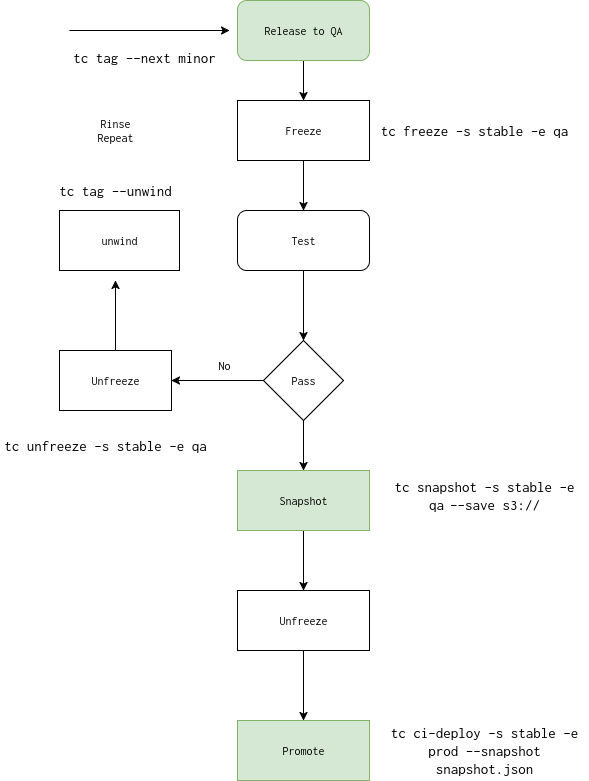
Earlier version of the draw.io export src/assets/release-2.png (tc-functors/docs). Source tidied: cells renumbered, new cells last; positions are measured from the earlier drawing's top-left corner, leaving out a move shared by most shapes.
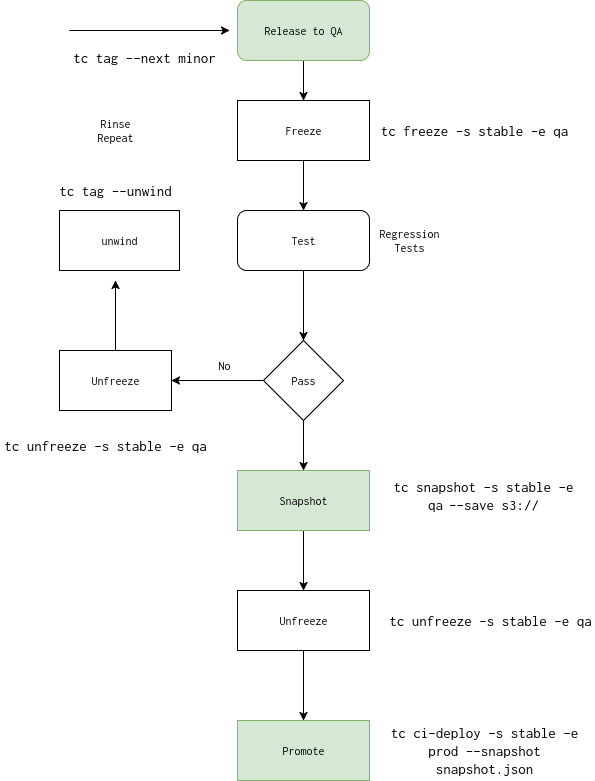
The same diagram one commit later.

The edit, as a diff of the source:
```diff
@@ -66,7 +66,7 @@
       <mxGeometry x="237" y="470" width="132" height="60" as="geometry" />
     </mxCell>
     <mxCell id="20" value="&lt;font style=&quot;font-size: 15px;&quot; face=&quot;Courier New&quot;&gt;tc snapshot -s stable -e qa&lt;/font&gt;&amp;nbsp;&lt;font style=&quot;font-size: 15px;&quot;&gt;--save s3://&lt;/font&gt;" style="text;html=1;align=center;verticalAlign=middle;whiteSpace=wrap;rounded=0;" parent="1" vertex="1">
-      <mxGeometry x="379" y="480" width="210" height="30" as="geometry" />
+      <mxGeometry x="373" y="480" width="220" height="30" as="geometry" />
     </mxCell>
     <mxCell id="21" style="edgeStyle=orthogonalEdgeStyle;rounded=0;jettySize=auto;html=1;" parent="1" edge="1" source="22">
       <mxGeometry relative="1" as="geometry">
@@ -91,5 +91,11 @@
     <mxCell id="27" value="&lt;font style=&quot;font-size: 15px;&quot; face=&quot;Courier New&quot;&gt;tc tag --unwind&lt;/font&gt;" style="text;html=1;align=center;verticalAlign=middle;whiteSpace=wrap;rounded=0;" parent="1" vertex="1">
       <mxGeometry x="55" y="170" width="120" height="40" as="geometry" />
     </mxCell>
+    <mxCell id="28" value="&lt;font face=&quot;Courier New&quot; style=&quot;font-size: 15px;&quot;&gt;tc unfreeze -s stable -e qa&lt;/font&gt;" style="text;html=1;align=center;verticalAlign=middle;whiteSpace=wrap;rounded=0;" parent="1" vertex="1">
+      <mxGeometry x="385" y="605" width="210" height="30" as="geometry" />
+    </mxCell>
+    <mxCell id="29" value="Regression Tests" style="text;html=1;align=center;verticalAlign=middle;whiteSpace=wrap;rounded=0;" parent="1" vertex="1">
+      <mxGeometry x="379" y="225" width="60" height="30" as="geometry" />
+    </mxCell>
   </root>
 </mxGraphModel>
```
